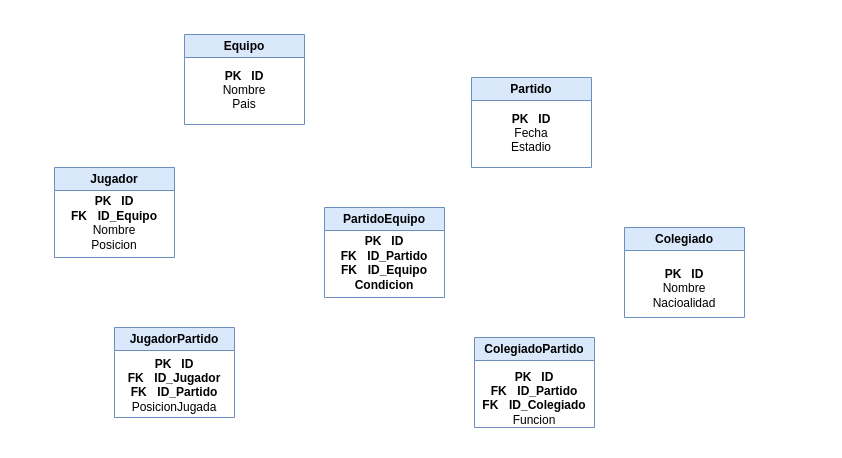
Before: CASO2.drawio in konnylisethalucematorresCAMPUS/baseDeDatosJhon, a draw.io diagram. Source tidied: cells renumbered, new cells numbered last; positions are measured from the earlier drawing's top-left corner, leaving out a move shared by most shapes. Both pictures are drawn from the tidied source at 100%, with x=0, y=0 at pixel (54, 34).
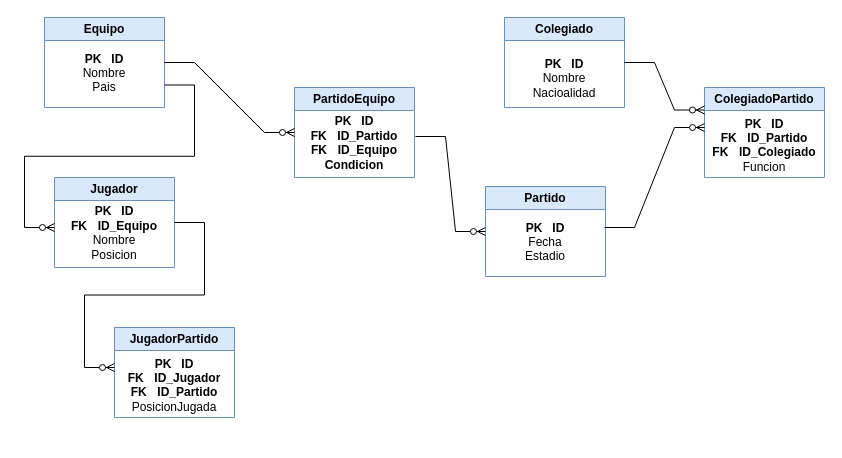
After the change.

Diff of the diagram source:
```diff
@@
     <mxCell id="4" value="Jugador" style="swimlane;whiteSpace=wrap;html=1;fillColor=#dae8fc;strokeColor=#6c8ebf;" parent="1" vertex="1">
-      <mxGeometry y="133" width="120" height="90" as="geometry" />
+      <mxGeometry y="143" width="120" height="90" as="geometry" />
     </mxCell>
@@
     <mxCell id="6" value="Equipo" style="swimlane;whiteSpace=wrap;html=1;fillColor=#dae8fc;strokeColor=#6c8ebf;" parent="1" vertex="1">
-      <mxGeometry x="130" width="120" height="90" as="geometry" />
+      <mxGeometry x="-10" y="-17" width="120" height="90" as="geometry" />
     </mxCell>
@@
     <mxCell id="8" value="PartidoEquipo" style="swimlane;whiteSpace=wrap;html=1;fillColor=#dae8fc;strokeColor=#6c8ebf;" parent="1" vertex="1">
-      <mxGeometry x="270" y="173" width="120" height="90" as="geometry" />
+      <mxGeometry x="240" y="53" width="120" height="90" as="geometry" />
     </mxCell>
@@
     <mxCell id="10" value="Partido" style="swimlane;whiteSpace=wrap;html=1;fillColor=#dae8fc;strokeColor=#6c8ebf;" parent="1" vertex="1">
-      <mxGeometry x="417" y="43" width="120" height="90" as="geometry" />
+      <mxGeometry x="431" y="152" width="120" height="90" as="geometry" />
     </mxCell>
@@
+    <mxCell id="16" style="edgeStyle=entityRelationEdgeStyle;fontSize=12;html=1;endArrow=ERzeroToMany;endFill=1;rounded=0;entryX=0;entryY=0.5;entryDx=0;entryDy=0;" parent="10" edge="1" target="10">
+      <mxGeometry relative="1" as="geometry">
+        <mxPoint x="-70" y="-50" as="sourcePoint" />
+      </mxGeometry>
+    </mxCell>
     <mxCell id="12" value="ColegiadoPartido" style="swimlane;whiteSpace=wrap;html=1;fillColor=#dae8fc;strokeColor=#6c8ebf;" parent="1" vertex="1">
-      <mxGeometry x="420" y="303" width="120" height="90" as="geometry" />
+      <mxGeometry x="650" y="53" width="120" height="90" as="geometry" />
     </mxCell>
     <mxCell id="13" value="&lt;b&gt;PK&amp;nbsp;&lt;span style=&quot;white-space: pre;&quot;&gt;&#9;&lt;/span&gt;ID&lt;/b&gt;&lt;div&gt;&lt;b&gt;FK&lt;span style=&quot;white-space: pre;&quot;&gt;&#9;&lt;/span&gt;ID_Partido&lt;/b&gt;&lt;/div&gt;&lt;div&gt;&lt;b&gt;FK&amp;nbsp;&lt;span style=&quot;white-space: pre;&quot;&gt;&#9;&lt;/span&gt;ID_Colegiado&lt;/b&gt;&lt;/div&gt;&lt;div&gt;Funcion&lt;br&gt;&lt;div&gt;&lt;div&gt;&lt;br&gt;&lt;/div&gt;&lt;/div&gt;&lt;/div&gt;" style="text;html=1;align=center;verticalAlign=middle;whiteSpace=wrap;rounded=0;" parent="12" vertex="1">
-      <mxGeometry x="10" y="50" width="100" height="35" as="geometry" />
+      <mxGeometry x="10" y="47" width="100" height="35" as="geometry" />
     </mxCell>
     <mxCell id="14" value="Colegiado" style="swimlane;whiteSpace=wrap;html=1;fillColor=#dae8fc;strokeColor=#6c8ebf;" parent="1" vertex="1">
-      <mxGeometry x="570" y="193" width="120" height="90" as="geometry" />
+      <mxGeometry x="450" y="-17" width="120" height="90" as="geometry" />
     </mxCell>
@@
+    <mxCell id="17" style="edgeStyle=entityRelationEdgeStyle;fontSize=12;html=1;endArrow=ERzeroToMany;endFill=1;rounded=0;exitX=1;exitY=0.5;exitDx=0;exitDy=0;" parent="1" edge="1" source="4">
+      <mxGeometry relative="1" as="geometry">
+        <mxPoint x="60" y="333" as="targetPoint" />
+      </mxGeometry>
+    </mxCell>
+    <mxCell id="18" style="edgeStyle=entityRelationEdgeStyle;fontSize=12;html=1;endArrow=ERzeroToMany;endFill=1;rounded=0;exitX=1;exitY=0.75;exitDx=0;exitDy=0;" parent="1" edge="1" source="6">
+      <mxGeometry relative="1" as="geometry">
+        <mxPoint y="193" as="targetPoint" />
+        <Array as="points">
+          <mxPoint x="-160" y="138" />
+          <mxPoint x="-50" y="158" />
+          <mxPoint x="-50" y="118" />
+          <mxPoint x="-70" y="153" />
+          <mxPoint x="-40" y="193" />
+          <mxPoint x="-70" y="203" />
+        </Array>
+      </mxGeometry>
+    </mxCell>
+    <mxCell id="19" style="edgeStyle=entityRelationEdgeStyle;fontSize=12;html=1;endArrow=ERzeroToMany;endFill=1;rounded=0;exitX=1;exitY=0.5;exitDx=0;exitDy=0;entryX=0;entryY=0.5;entryDx=0;entryDy=0;" parent="1" edge="1" source="6" target="8">
+      <mxGeometry relative="1" as="geometry" />
+    </mxCell>
+    <mxCell id="20" style="edgeStyle=entityRelationEdgeStyle;fontSize=12;html=1;endArrow=ERzeroToMany;endFill=1;rounded=0;" parent="1" edge="1">
+      <mxGeometry relative="1" as="geometry">
+        <mxPoint x="550" y="193" as="sourcePoint" />
+        <mxPoint x="650" y="93" as="targetPoint" />
+      </mxGeometry>
+    </mxCell>
+    <mxCell id="21" style="edgeStyle=entityRelationEdgeStyle;fontSize=12;html=1;endArrow=ERzeroToMany;endFill=1;rounded=0;entryX=0;entryY=0.25;entryDx=0;entryDy=0;exitX=1;exitY=0.5;exitDx=0;exitDy=0;" parent="1" edge="1" source="14" target="12">
+      <mxGeometry relative="1" as="geometry" />
+    </mxCell>
```
